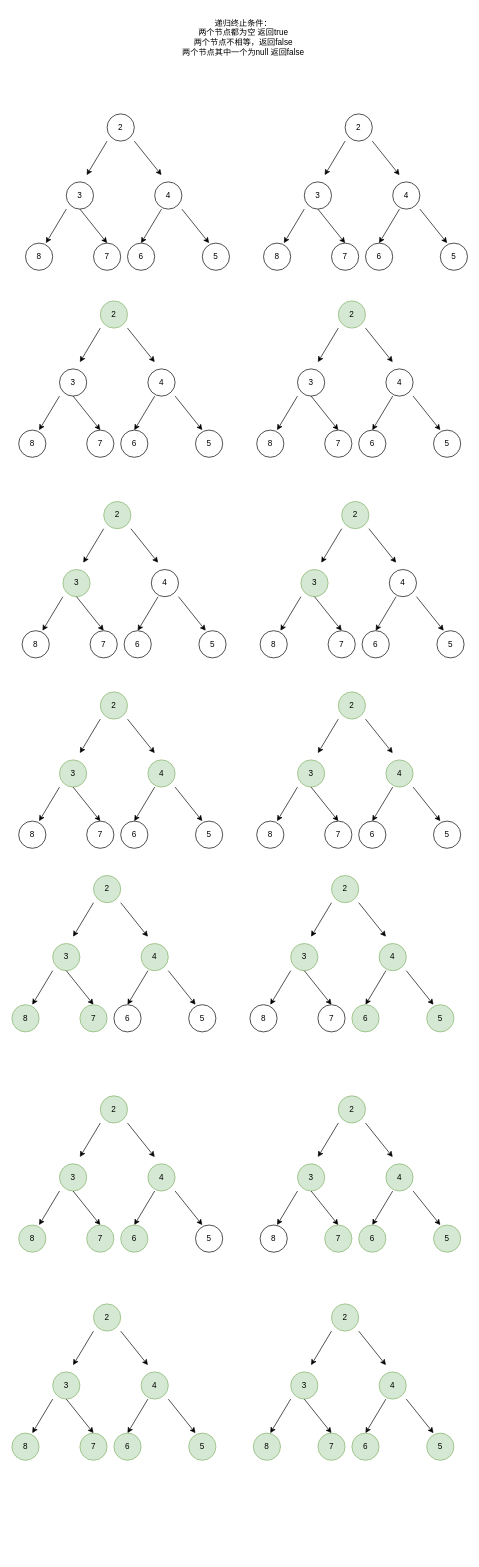
The draw.io diagram 对此二叉树.drawio in xiaoguzuiniu/drawio, before the edit. Source tidied: cells renumbered, new cells numbered last; positions are measured from the earlier drawing's top-left corner, leaving out a move shared by most shapes. Both pictures are drawn from the tidied source at 68%, with x=0, y=0 at pixel (12, 12).
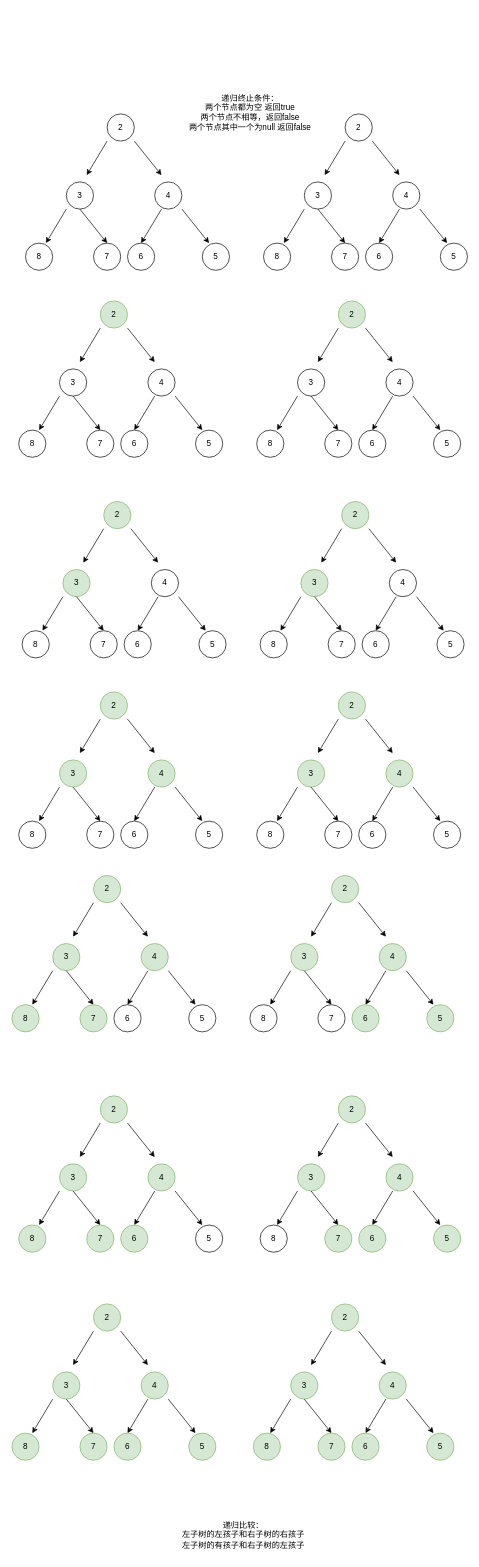
The same page after the edit.

Commit message (it also covers changes not shown here):
更新对此二叉树.drawio

Diff of the diagram source:
```diff
@@
     <mxCell id="28" value="递归终止条件：&lt;div&gt;两个节点都为空 返回true&lt;div&gt;两个节点不相等，返回false&lt;/div&gt;&lt;div&gt;两个节点其中一个为null 返回false&lt;/div&gt;&lt;div&gt;&lt;br&gt;&lt;/div&gt;&lt;/div&gt;" style="text;html=1;align=center;verticalAlign=middle;strokeColor=none;fillColor=none;" parent="1" vertex="1">
-      <mxGeometry x="240" width="200" height="90" as="geometry" />
+      <mxGeometry x="250" y="110" width="200" height="90" as="geometry" />
     </mxCell>
@@
+    <mxCell id="185" value="递归比较：&lt;div&gt;左子树的左孩子和右子树的右孩子&lt;/div&gt;&lt;div&gt;左子树的有孩子和右子树的左孩子&lt;/div&gt;" style="text;html=1;align=center;verticalAlign=middle;strokeColor=none;fillColor=none;" parent="1" vertex="1">
+      <mxGeometry x="240" y="2210" width="200" height="60" as="geometry" />
+    </mxCell>
```
